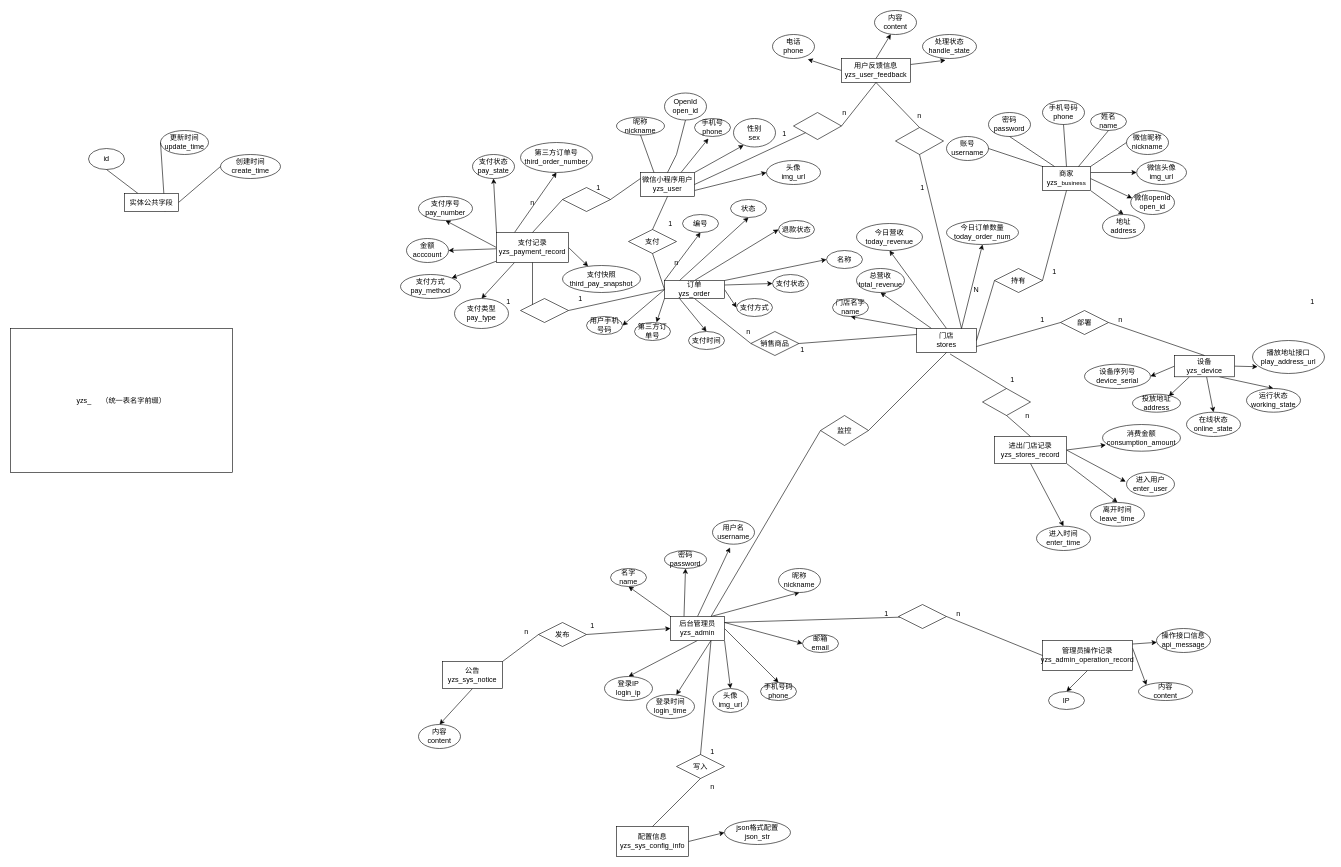
This is 云值守.drawio from hxb-qwe/yunzhishou, a draw.io file, before an edit. Source tidied: cells renumbered, new cells numbered last; positions are measured from the earlier drawing's top-left corner, leaving out a move shared by most shapes. Both pictures are drawn from the tidied source at 60%, with x=0, y=0 at pixel (10, 10).
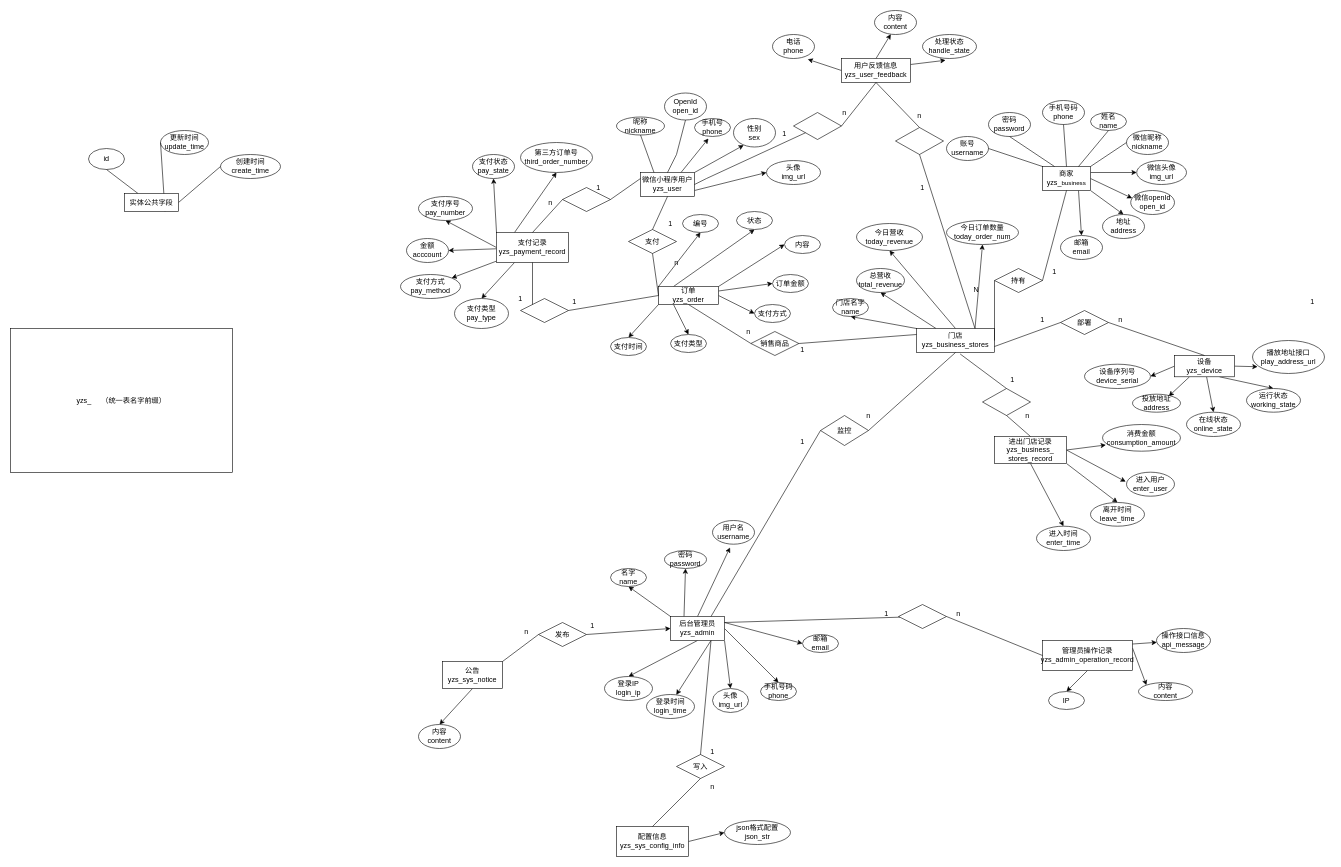
The same diagram, later.

Commit message:
更新云值守.drawio

The change refers to these unchanged cells:
```xml
<mxCell id="5" value="微信小程序用户&lt;br&gt;yzs_user" style="rounded=0;whiteSpace=wrap;html=1;" parent="1" vertex="1">
  <mxGeometry x="1050" y="270" width="90" height="40" as="geometry" />
</mxCell>
<mxCell id="9" value="商家&lt;br&gt;yzs_&lt;span style=&quot;font-size: 10.2857px;&quot;&gt;business&lt;/span&gt;" style="rounded=0;whiteSpace=wrap;html=1;" parent="1" vertex="1">
  <mxGeometry x="1720" y="260" width="80" height="40" as="geometry" />
</mxCell>
<mxCell id="66" value="后台管理员&lt;br&gt;yzs_admin" style="rounded=0;whiteSpace=wrap;html=1;" parent="1" vertex="1">
  <mxGeometry x="1100" y="1010" width="90" height="40" as="geometry" />
</mxCell>
<mxCell id="129" value="支付记录&lt;br&gt;yzs_payment_record" style="rounded=0;whiteSpace=wrap;html=1;" parent="1" vertex="1">
  <mxGeometry x="810" y="370" width="120" height="50" as="geometry" />
</mxCell>
<mxCell id="153" style="rhombus;whiteSpace=wrap;html=1;" parent="1" vertex="1">
  <mxGeometry x="1305" y="170" width="80" height="45" as="geometry" />
</mxCell>
```

The edit, as a diff of the source:
```diff
@@
+    <mxCell id="206" style="edgeStyle=none;rounded=0;jettySize=auto;html=1;exitX=0.75;exitY=1;exitDx=0;exitDy=0;entryX=0.5;entryY=0;entryDx=0;entryDy=0;" parent="1" edge="1" source="9" target="208">
+      <mxGeometry relative="1" as="geometry" />
+    </mxCell>
@@
-    <mxCell id="14" value="门店&lt;br&gt;stores" style="rounded=0;whiteSpace=wrap;html=1;" parent="1" vertex="1">
-      <mxGeometry x="1510" y="530" width="100" height="40" as="geometry" />
+    <mxCell id="14" value="门店&lt;br&gt;yzs_business_stores" style="rounded=0;whiteSpace=wrap;html=1;" parent="1" vertex="1">
+      <mxGeometry x="1510" y="530" width="130" height="40" as="geometry" />
     </mxCell>
@@
-    <mxCell id="59" style="edgeStyle=none;rounded=0;jettySize=auto;html=1;exitX=0.75;exitY=0;exitDx=0;exitDy=0;entryX=0.5;entryY=1;entryDx=0;entryDy=0;" parent="1" edge="1" source="66" target="68">
-      <mxGeometry relative="1" as="geometry" />
-    </mxCell>
@@
-    <mxCell id="68" value="昵称&lt;br&gt;nickname" style="ellipse;whiteSpace=wrap;html=1;" parent="1" vertex="1">
-      <mxGeometry x="1280" y="930" width="70" height="40" as="geometry" />
-    </mxCell>
@@
-    <mxCell id="78" style="edgeStyle=none;rounded=0;jettySize=auto;html=1;exitX=0.5;exitY=0;exitDx=0;exitDy=0;entryX=0;entryY=0.5;entryDx=0;entryDy=0;" parent="1" edge="1" source="85" target="98">
-      <mxGeometry relative="1" as="geometry" />
-    </mxCell>
@@
+    <mxCell id="207" style="edgeStyle=none;rounded=0;jettySize=auto;html=1;exitX=0.25;exitY=1;exitDx=0;exitDy=0;entryX=0.5;entryY=0;entryDx=0;entryDy=0;" parent="1" edge="1" source="85" target="209">
+      <mxGeometry relative="1" as="geometry" />
+    </mxCell>
-    <mxCell id="82" style="edgeStyle=none;rounded=0;jettySize=auto;html=1;exitX=0.25;exitY=1;exitDx=0;exitDy=0;entryX=0.5;entryY=0;entryDx=0;entryDy=0;" parent="1" edge="1" source="85" target="102">
+    <mxCell id="82" style="edgeStyle=none;rounded=0;jettySize=auto;html=1;exitX=0;exitY=1;exitDx=0;exitDy=0;entryX=0.5;entryY=0;entryDx=0;entryDy=0;" parent="1" edge="1" source="85" target="102">
       <mxGeometry relative="1" as="geometry" />
     </mxCell>
-    <mxCell id="83" style="edgeStyle=none;rounded=0;jettySize=auto;html=1;exitX=0;exitY=0.5;exitDx=0;exitDy=0;entryX=1;entryY=0.5;entryDx=0;entryDy=0;" parent="1" edge="1" source="85" target="104">
-      <mxGeometry relative="1" as="geometry" />
-    </mxCell>
-    <mxCell id="84" style="edgeStyle=none;rounded=0;jettySize=auto;html=1;exitX=0;exitY=1;exitDx=0;exitDy=0;entryX=0.612;entryY=-0.013;entryDx=0;entryDy=0;entryPerimeter=0;" parent="1" edge="1" source="85" target="103">
-      <mxGeometry relative="1" as="geometry" />
-    </mxCell>
     <mxCell id="85" value="订单&lt;br&gt;yzs_order" style="rounded=0;whiteSpace=wrap;html=1;" parent="1" vertex="1">
-      <mxGeometry x="1090" y="450" width="100" height="30" as="geometry" />
+      <mxGeometry x="1080" y="460" width="100" height="30" as="geometry" />
     </mxCell>
@@
     <mxCell id="97" value="状态" style="ellipse;whiteSpace=wrap;html=1;" parent="1" vertex="1">
-      <mxGeometry x="1200" y="315" width="60" height="30" as="geometry" />
+      <mxGeometry x="1210" y="335" width="60" height="30" as="geometry" />
     </mxCell>
-    <mxCell id="98" value="退款状态" style="ellipse;whiteSpace=wrap;html=1;" parent="1" vertex="1">
-      <mxGeometry x="1280" y="350" width="60" height="30" as="geometry" />
-    </mxCell>
-    <mxCell id="99" value="名称" style="ellipse;whiteSpace=wrap;html=1;" parent="1" vertex="1">
-      <mxGeometry x="1360" y="400" width="60" height="30" as="geometry" />
+    <mxCell id="99" value="内容" style="ellipse;whiteSpace=wrap;html=1;" parent="1" vertex="1">
+      <mxGeometry x="1290" y="375" width="60" height="30" as="geometry" />
     </mxCell>
-    <mxCell id="100" value="支付状态" style="ellipse;whiteSpace=wrap;html=1;" parent="1" vertex="1">
+    <mxCell id="100" value="订单金额" style="ellipse;whiteSpace=wrap;html=1;" parent="1" vertex="1">
       <mxGeometry x="1270" y="440" width="60" height="30" as="geometry" />
     </mxCell>
     <mxCell id="101" value="支付方式" style="ellipse;whiteSpace=wrap;html=1;" parent="1" vertex="1">
-      <mxGeometry x="1210" y="480" width="60" height="30" as="geometry" />
+      <mxGeometry x="1240" y="490" width="60" height="30" as="geometry" />
     </mxCell>
-    <mxCell id="102" value="支付时间" style="ellipse;whiteSpace=wrap;html=1;" parent="1" vertex="1">
-      <mxGeometry x="1130" y="535" width="60" height="30" as="geometry" />
-    </mxCell>
-    <mxCell id="103" value="第三方订单号" style="ellipse;whiteSpace=wrap;html=1;" parent="1" vertex="1">
-      <mxGeometry x="1040" y="520" width="60" height="30" as="geometry" />
-    </mxCell>
-    <mxCell id="104" value="用户手机号码" style="ellipse;whiteSpace=wrap;html=1;" parent="1" vertex="1">
-      <mxGeometry x="960" y="510" width="60" height="30" as="geometry" />
-    </mxCell>
@@
-    <mxCell id="109" value="进出门店记录&lt;br&gt;yzs_stores_record" style="rounded=0;whiteSpace=wrap;html=1;" parent="1" vertex="1">
+    <mxCell id="109" value="进出门店记录&lt;br&gt;yzs_business_&lt;br&gt;stores_record" style="rounded=0;whiteSpace=wrap;html=1;" parent="1" vertex="1">
       <mxGeometry x="1640" y="710" width="120" height="45" as="geometry" />
     </mxCell>
@@
-    <mxCell id="128" style="edgeStyle=none;rounded=0;jettySize=auto;html=1;exitX=1;exitY=0.5;exitDx=0;exitDy=0;" parent="1" edge="1" source="129" target="142">
-      <mxGeometry relative="1" as="geometry" />
-    </mxCell>
@@
     <mxCell id="132" value="n" style="text;html=1;strokeColor=none;fillColor=none;align=center;verticalAlign=middle;whiteSpace=wrap;rounded=0;" parent="1" vertex="1">
-      <mxGeometry x="840" y="305" width="60" height="30" as="geometry" />
+      <mxGeometry x="870" y="305" width="60" height="30" as="geometry" />
     </mxCell>
@@
     <mxCell id="134" value="1" style="text;html=1;strokeColor=none;fillColor=none;align=center;verticalAlign=middle;whiteSpace=wrap;rounded=0;" parent="1" vertex="1">
-      <mxGeometry x="800" y="470" width="60" height="30" as="geometry" />
+      <mxGeometry x="820" y="465" width="60" height="30" as="geometry" />
     </mxCell>
     <mxCell id="135" value="1" style="text;html=1;strokeColor=none;fillColor=none;align=center;verticalAlign=middle;whiteSpace=wrap;rounded=0;" parent="1" vertex="1">
-      <mxGeometry x="920" y="465" width="60" height="30" as="geometry" />
+      <mxGeometry x="910" y="470" width="60" height="30" as="geometry" />
     </mxCell>
@@
-    <mxCell id="142" value="支付快照&lt;br&gt;third_pay_snapshot" style="ellipse;whiteSpace=wrap;html=1;" parent="1" vertex="1">
-      <mxGeometry x="920" y="425" width="130" height="45" as="geometry" />
-    </mxCell>
@@
     <mxCell id="183" style="endArrow=none;html=1;rounded=0;exitX=1;exitY=0.5;exitDx=0;exitDy=0;entryX=0;entryY=1;entryDx=0;entryDy=0;" parent="1" edge="1" source="5" target="153">
-      <mxGeometry relative="1" as="geometry" />
+      <mxGeometry relative="1" as="geometry">
+        <Array as="points">
+          <mxPoint x="1160" y="280" />
+        </Array>
+      </mxGeometry>
     </mxCell>
@@
+    <mxCell id="208" value="邮箱&lt;br&gt;email" style="ellipse;whiteSpace=wrap;html=1;" parent="1" vertex="1">
+      <mxGeometry x="1750" y="375" width="70" height="40" as="geometry" />
+    </mxCell>
+    <mxCell id="209" value="支付类型" style="ellipse;whiteSpace=wrap;html=1;" parent="1" vertex="1">
+      <mxGeometry x="1100" y="540" width="60" height="30" as="geometry" />
+    </mxCell>
+    <mxCell id="102" value="支付时间" style="ellipse;whiteSpace=wrap;html=1;" parent="1" vertex="1">
+      <mxGeometry x="1000" y="545" width="60" height="30" as="geometry" />
+    </mxCell>
+    <mxCell id="210" value="1" style="text;html=1;strokeColor=none;fillColor=none;align=center;verticalAlign=middle;whiteSpace=wrap;rounded=0;" parent="1" vertex="1">
+      <mxGeometry x="1290" y="704" width="60" height="30" as="geometry" />
+    </mxCell>
+    <mxCell id="211" value="n" style="text;html=1;strokeColor=none;fillColor=none;align=center;verticalAlign=middle;whiteSpace=wrap;rounded=0;" parent="1" vertex="1">
+      <mxGeometry x="1400" y="660" width="60" height="30" as="geometry" />
+    </mxCell>
```
